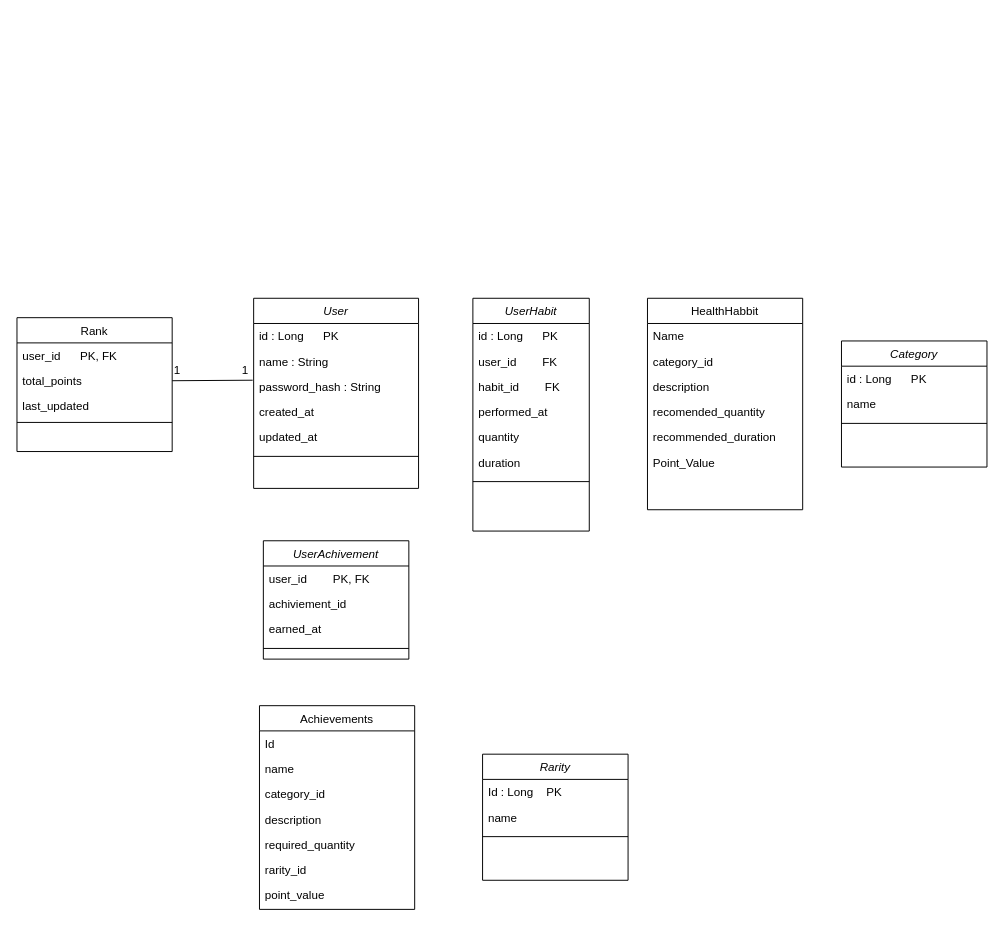
This is Diagrama.drawio from peri-carvalho/BackEndHealthHabbits, a draw.io file, before an edit. Source tidied: cells renumbered, new cells numbered last; positions are measured from the earlier drawing's top-left corner, leaving out a move shared by most shapes. Both pictures are drawn from the tidied source at 97%, with x=0, y=0 at pixel (16, 298).
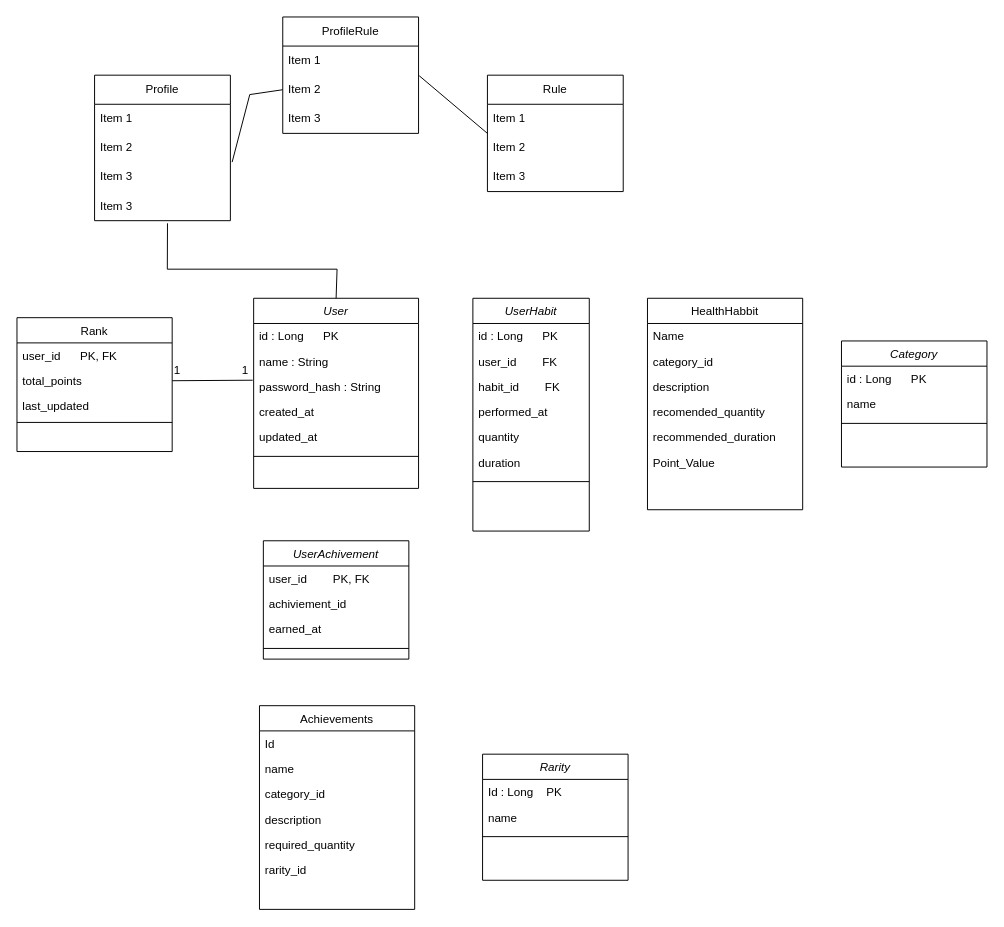
After the change.

The change refers to these unchanged cells:
```xml
<mxCell id="2" value="User" style="swimlane;fontStyle=2;align=center;verticalAlign=top;horizontal=1;startSize=26;rounded=0;shadow=0;strokeWidth=1;" parent="1" vertex="1">
  <mxGeometry x="244" width="170" height="196" as="geometry" />
</mxCell>
<mxCell id="21" value="Achievements" style="swimlane;fontStyle=0;align=center;verticalAlign=top;horizontal=1;startSize=26;rounded=0;shadow=0;strokeWidth=1;" parent="1" vertex="1">
  <mxGeometry x="250" y="420" width="160" height="210" as="geometry" />
</mxCell>
```

Diff of the diagram source:
```diff
@@
-    <mxCell id="28" value="point_value" style="text;align=left;verticalAlign=top;spacingLeft=4;spacingRight=4;overflow=hidden;rounded=0;shadow=0;html=0;" parent="21" vertex="1">
-      <mxGeometry y="182" width="160" height="26" as="geometry" />
-    </mxCell>
@@
+    <mxCell id="53" value="Profile" style="swimlane;fontStyle=0;horizontal=1;startSize=30;whiteSpace=wrap;html=1;" parent="1" vertex="1">
+      <mxGeometry x="80" y="-230" width="140" height="150" as="geometry" />
+    </mxCell>
+    <mxCell id="54" value="Item 1" style="text;strokeColor=none;fillColor=none;align=left;verticalAlign=middle;spacingLeft=4;spacingRight=4;overflow=hidden;whiteSpace=wrap;html=1;" parent="53" vertex="1">
+      <mxGeometry y="30" width="140" height="30" as="geometry" />
+    </mxCell>
+    <mxCell id="55" value="Item 2" style="text;strokeColor=none;fillColor=none;align=left;verticalAlign=middle;spacingLeft=4;spacingRight=4;overflow=hidden;whiteSpace=wrap;html=1;" parent="53" vertex="1">
+      <mxGeometry y="60" width="140" height="30" as="geometry" />
+    </mxCell>
+    <mxCell id="56" value="Item 3" style="text;strokeColor=none;fillColor=none;align=left;verticalAlign=middle;spacingLeft=4;spacingRight=4;overflow=hidden;points=[[0,0.5],[1,0.5]];portConstraint=eastwest;whiteSpace=wrap;html=1;" parent="53" vertex="1">
+      <mxGeometry y="90" width="140" height="30" as="geometry" />
+    </mxCell>
+    <mxCell id="57" value="Item 3" style="text;strokeColor=none;fillColor=none;align=left;verticalAlign=middle;spacingLeft=4;spacingRight=4;overflow=hidden;points=[[0,0.5],[1,0.5]];portConstraint=eastwest;whiteSpace=wrap;html=1;" parent="53" vertex="1">
+      <mxGeometry y="120" width="140" height="30" as="geometry" />
+    </mxCell>
+    <mxCell id="58" value="Rule" style="swimlane;fontStyle=0;horizontal=1;startSize=30;whiteSpace=wrap;html=1;" parent="1" vertex="1">
+      <mxGeometry x="485" y="-230" width="140" height="120" as="geometry" />
+    </mxCell>
+    <mxCell id="59" value="Item 1" style="text;strokeColor=none;fillColor=none;align=left;verticalAlign=middle;spacingLeft=4;spacingRight=4;overflow=hidden;whiteSpace=wrap;html=1;" parent="58" vertex="1">
+      <mxGeometry y="30" width="140" height="30" as="geometry" />
+    </mxCell>
+    <mxCell id="60" value="Item 2" style="text;strokeColor=none;fillColor=none;align=left;verticalAlign=middle;spacingLeft=4;spacingRight=4;overflow=hidden;whiteSpace=wrap;html=1;" parent="58" vertex="1">
+      <mxGeometry y="60" width="140" height="30" as="geometry" />
+    </mxCell>
+    <mxCell id="61" value="Item 3" style="text;strokeColor=none;fillColor=none;align=left;verticalAlign=middle;spacingLeft=4;spacingRight=4;overflow=hidden;whiteSpace=wrap;html=1;" parent="58" vertex="1">
+      <mxGeometry y="90" width="140" height="30" as="geometry" />
+    </mxCell>
+    <mxCell id="62" value="ProfileRule" style="swimlane;fontStyle=0;horizontal=1;startSize=30;whiteSpace=wrap;html=1;" parent="1" vertex="1">
+      <mxGeometry x="274" y="-290" width="140" height="120" as="geometry" />
+    </mxCell>
+    <mxCell id="63" value="Item 1" style="text;strokeColor=none;fillColor=none;align=left;verticalAlign=middle;spacingLeft=4;spacingRight=4;overflow=hidden;whiteSpace=wrap;html=1;" parent="62" vertex="1">
+      <mxGeometry y="30" width="140" height="30" as="geometry" />
+    </mxCell>
+    <mxCell id="64" value="Item 2" style="text;strokeColor=none;fillColor=none;align=left;verticalAlign=middle;spacingLeft=4;spacingRight=4;overflow=hidden;points=[[0,0.5],[1,0.5]];portConstraint=eastwest;whiteSpace=wrap;html=1;" parent="62" vertex="1">
+      <mxGeometry y="60" width="140" height="30" as="geometry" />
+    </mxCell>
+    <mxCell id="65" value="Item 3" style="text;strokeColor=none;fillColor=none;align=left;verticalAlign=middle;spacingLeft=4;spacingRight=4;overflow=hidden;whiteSpace=wrap;html=1;" parent="62" vertex="1">
+      <mxGeometry y="90" width="140" height="30" as="geometry" />
+    </mxCell>
+    <mxCell id="66" style="endArrow=none;html=1;rounded=0;entryX=0.537;entryY=1.091;entryDx=0;entryDy=0;entryPerimeter=0;exitX=0.5;exitY=0;exitDx=0;exitDy=0;" parent="1" edge="1" source="2" target="57">
+      <mxGeometry relative="1" as="geometry">
+        <Array as="points">
+          <mxPoint x="330" y="-30" />
+          <mxPoint x="155" y="-30" />
+        </Array>
+      </mxGeometry>
+    </mxCell>
+    <mxCell id="67" style="endArrow=none;html=1;rounded=0;exitX=1.013;exitY=-0.012;exitDx=0;exitDy=0;exitPerimeter=0;entryX=0;entryY=0.5;entryDx=0;entryDy=0;" parent="1" edge="1" source="56" target="64">
+      <mxGeometry relative="1" as="geometry">
+        <Array as="points">
+          <mxPoint x="240" y="-210" />
+        </Array>
+      </mxGeometry>
+    </mxCell>
+    <mxCell id="68" style="endArrow=none;html=1;rounded=0;exitX=1.005;exitY=0.02;exitDx=0;exitDy=0;exitPerimeter=0;entryX=0;entryY=0.5;entryDx=0;entryDy=0;" parent="1" edge="1" source="64" target="58">
+      <mxGeometry relative="1" as="geometry" />
+    </mxCell>
```
